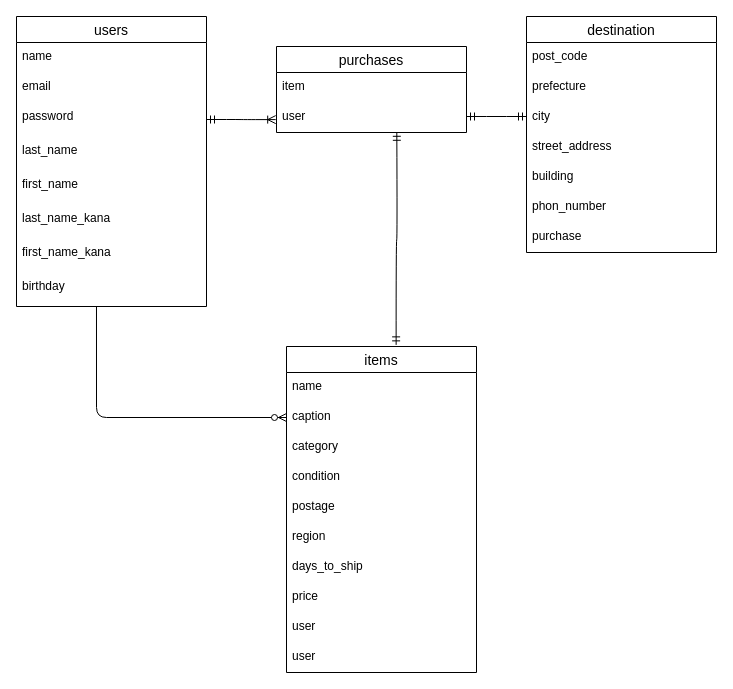
Above: er.dio in ShozoKurie/furima-39691 (draw.io), before the change. Source tidied: cells renumbered, new cells numbered last; positions are measured from the earlier drawing's top-left corner, leaving out a move shared by most shapes. Both pictures are drawn from the tidied source at 100%, with x=0, y=0 at pixel (16, 16).
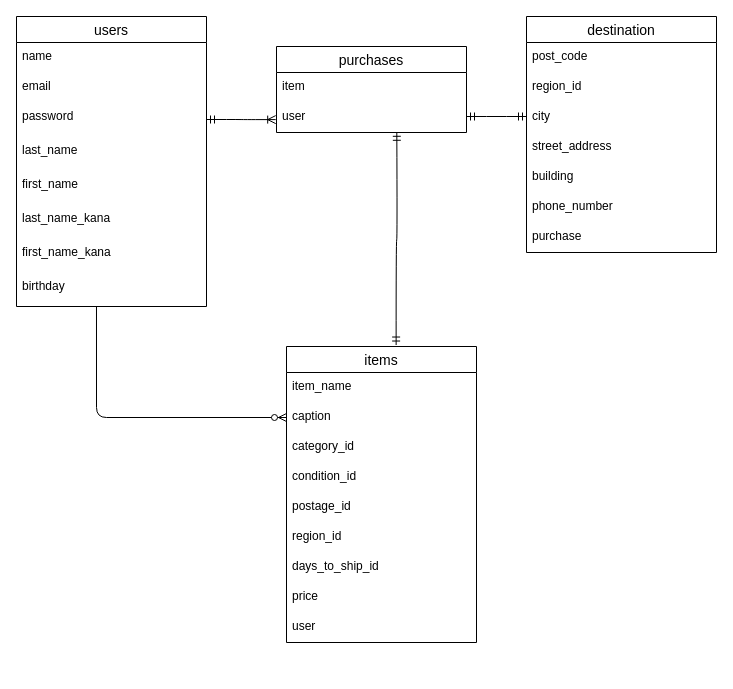
Above is the later version.

Commit message (it also covers changes not shown here):
readmeとER図の修正

Unchanged cells that the change refers to:
```xml
<mxCell id="22" value="destination" style="swimlane;fontStyle=0;horizontal=1;startSize=26;align=center;fontSize=14;" parent="1" vertex="1">
  <mxGeometry x="510" width="190" height="236" as="geometry" />
</mxCell>
```

What changed in the source:
```diff
@@
     <mxCell id="11" value="items" style="swimlane;fontStyle=0;horizontal=1;startSize=26;align=center;fontSize=14;" parent="1" vertex="1">
-      <mxGeometry x="270" y="330" width="190" height="326" as="geometry" />
+      <mxGeometry x="270" y="330" width="190" height="296" as="geometry" />
     </mxCell>
-    <mxCell id="12" value="name" style="text;strokeColor=none;fillColor=none;spacingLeft=4;spacingRight=4;overflow=hidden;fontSize=12;" parent="11" vertex="1">
+    <mxCell id="12" value="item_name" style="text;strokeColor=none;fillColor=none;spacingLeft=4;spacingRight=4;overflow=hidden;fontSize=12;" parent="11" vertex="1">
       <mxGeometry y="26" width="190" height="30" as="geometry" />
     </mxCell>
@@
-    <mxCell id="14" value="category" style="text;strokeColor=none;fillColor=none;spacingLeft=4;spacingRight=4;overflow=hidden;fontSize=12;" parent="11" vertex="1">
+    <mxCell id="14" value="category_id" style="text;strokeColor=none;fillColor=none;spacingLeft=4;spacingRight=4;overflow=hidden;fontSize=12;" parent="11" vertex="1">
       <mxGeometry y="86" width="190" height="30" as="geometry" />
     </mxCell>
-    <mxCell id="15" value="condition" style="text;strokeColor=none;fillColor=none;spacingLeft=4;spacingRight=4;overflow=hidden;fontSize=12;" parent="11" vertex="1">
+    <mxCell id="15" value="condition_id" style="text;strokeColor=none;fillColor=none;spacingLeft=4;spacingRight=4;overflow=hidden;fontSize=12;" parent="11" vertex="1">
       <mxGeometry y="116" width="190" height="30" as="geometry" />
     </mxCell>
-    <mxCell id="16" value="postage" style="text;strokeColor=none;fillColor=none;spacingLeft=4;spacingRight=4;overflow=hidden;fontSize=12;" parent="11" vertex="1">
+    <mxCell id="16" value="postage_id" style="text;strokeColor=none;fillColor=none;spacingLeft=4;spacingRight=4;overflow=hidden;fontSize=12;" parent="11" vertex="1">
       <mxGeometry y="146" width="190" height="30" as="geometry" />
     </mxCell>
-    <mxCell id="17" value="region" style="text;strokeColor=none;fillColor=none;spacingLeft=4;spacingRight=4;overflow=hidden;fontSize=12;" parent="11" vertex="1">
+    <mxCell id="17" value="region_id" style="text;strokeColor=none;fillColor=none;spacingLeft=4;spacingRight=4;overflow=hidden;fontSize=12;" parent="11" vertex="1">
       <mxGeometry y="176" width="190" height="30" as="geometry" />
     </mxCell>
-    <mxCell id="18" value="days_to_ship" style="text;strokeColor=none;fillColor=none;spacingLeft=4;spacingRight=4;overflow=hidden;fontSize=12;" parent="11" vertex="1">
+    <mxCell id="18" value="days_to_ship_id" style="text;strokeColor=none;fillColor=none;spacingLeft=4;spacingRight=4;overflow=hidden;fontSize=12;" parent="11" vertex="1">
       <mxGeometry y="206" width="190" height="30" as="geometry" />
     </mxCell>
@@
-    <mxCell id="21" value="user" style="text;strokeColor=none;fillColor=none;spacingLeft=4;spacingRight=4;overflow=hidden;fontSize=12;" parent="11" vertex="1">
-      <mxGeometry y="296" width="190" height="30" as="geometry" />
-    </mxCell>
@@
-    <mxCell id="24" value="prefecture" style="text;strokeColor=none;fillColor=none;spacingLeft=4;spacingRight=4;overflow=hidden;fontSize=12;" parent="22" vertex="1">
+    <mxCell id="24" value="region_id" style="text;strokeColor=none;fillColor=none;spacingLeft=4;spacingRight=4;overflow=hidden;fontSize=12;" parent="22" vertex="1">
       <mxGeometry y="56" width="190" height="30" as="geometry" />
     </mxCell>
@@
-    <mxCell id="28" value="phon_number" style="text;strokeColor=none;fillColor=none;spacingLeft=4;spacingRight=4;overflow=hidden;fontSize=12;" parent="22" vertex="1">
+    <mxCell id="28" value="phone_number" style="text;strokeColor=none;fillColor=none;spacingLeft=4;spacingRight=4;overflow=hidden;fontSize=12;" parent="22" vertex="1">
       <mxGeometry y="176" width="190" height="30" as="geometry" />
     </mxCell>
```
